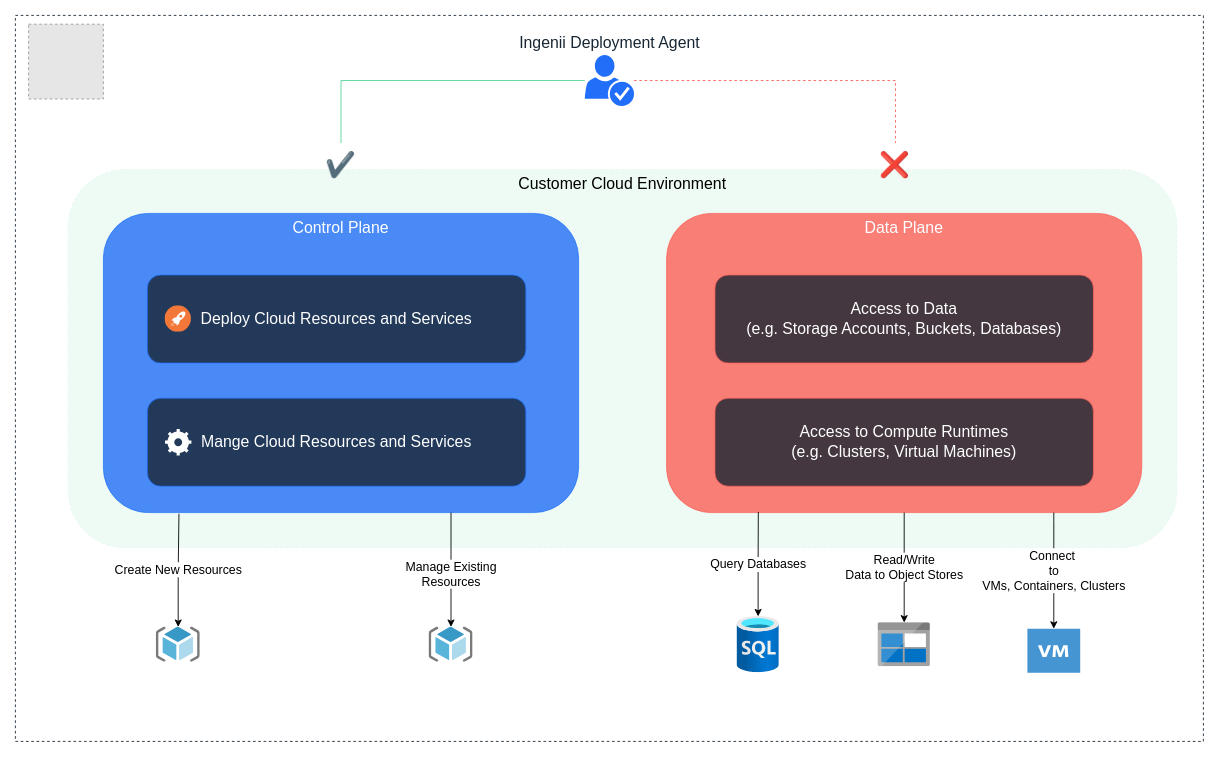
Earlier version of the draw.io diagram docs/user/assets/adp_control_vs_data_plane.drawio (rising-star92/python-azure-data-paltform). Source tidied: cells renumbered, new cells numbered last; positions are measured from the earlier drawing's top-left corner, leaving out a move shared by most shapes. Both pictures are drawn from the tidied source at 88%, with x=0, y=0 at pixel (15, 15). Pictures stored in the file or linked from it are replaced by grey dashed boxes.
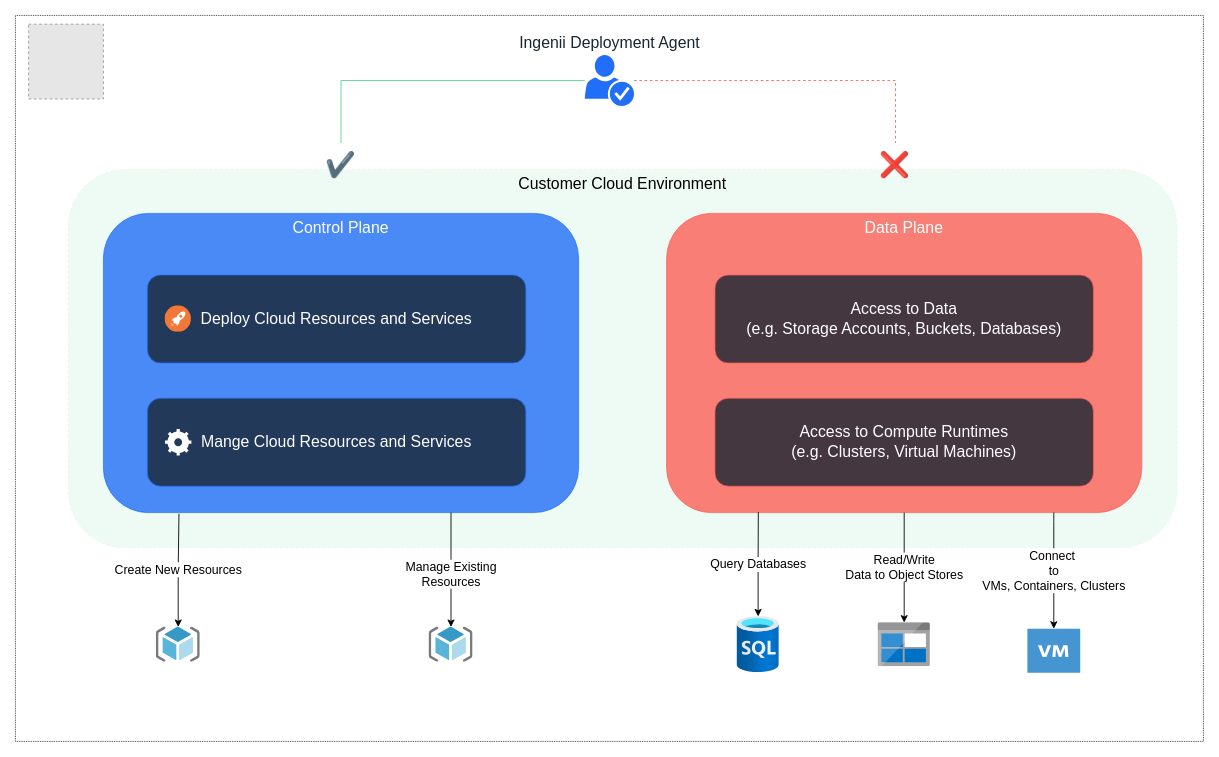
The same page after the edit.

What changed in the source:
```diff
@@
-    <mxCell id="2" style="rounded=0;whiteSpace=wrap;html=1;verticalAlign=top;fontSize=30;fontFamily=Helvetica;fontStyle=0;glass=0;labelBackgroundColor=none;fillColor=#FFFFFF;fontColor=#182633;dashed=1;strokeColor=#182633;" parent="1" vertex="1">
+    <mxCell id="2" style="rounded=0;whiteSpace=wrap;html=1;verticalAlign=top;fontSize=30;fontFamily=Helvetica;fontStyle=0;glass=0;labelBackgroundColor=none;fillColor=#FFFFFF;fontColor=#182633;dashed=1;strokeColor=#182633;dashPattern=1 1;" parent="1" vertex="1">
       <mxGeometry width="1350" height="825" as="geometry" />
     </mxCell>
```
